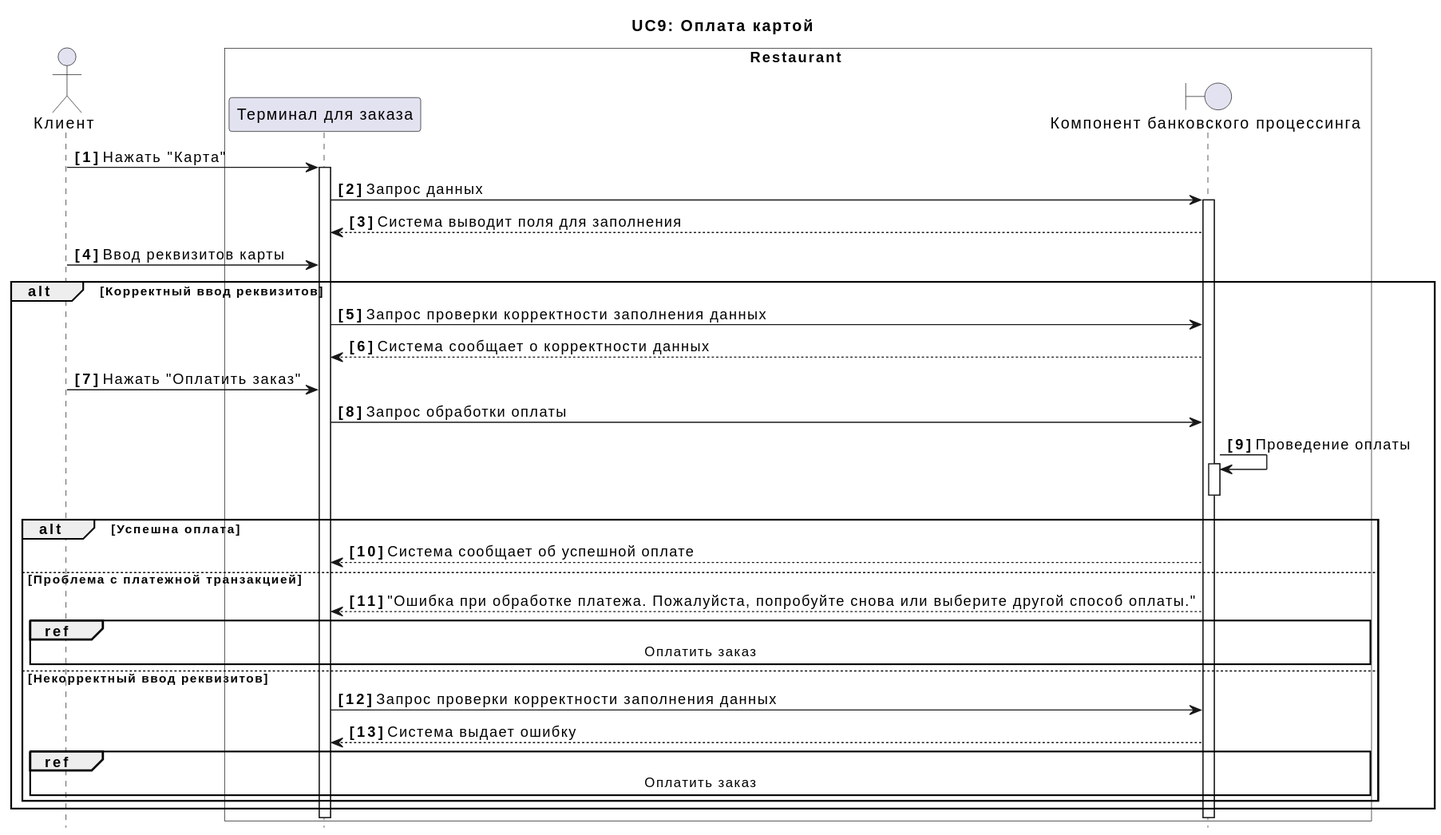
Above: docs/diagrams/include/UC9.svg in xxx996/OTUS_Restaraunt (PlantUML), before the change.
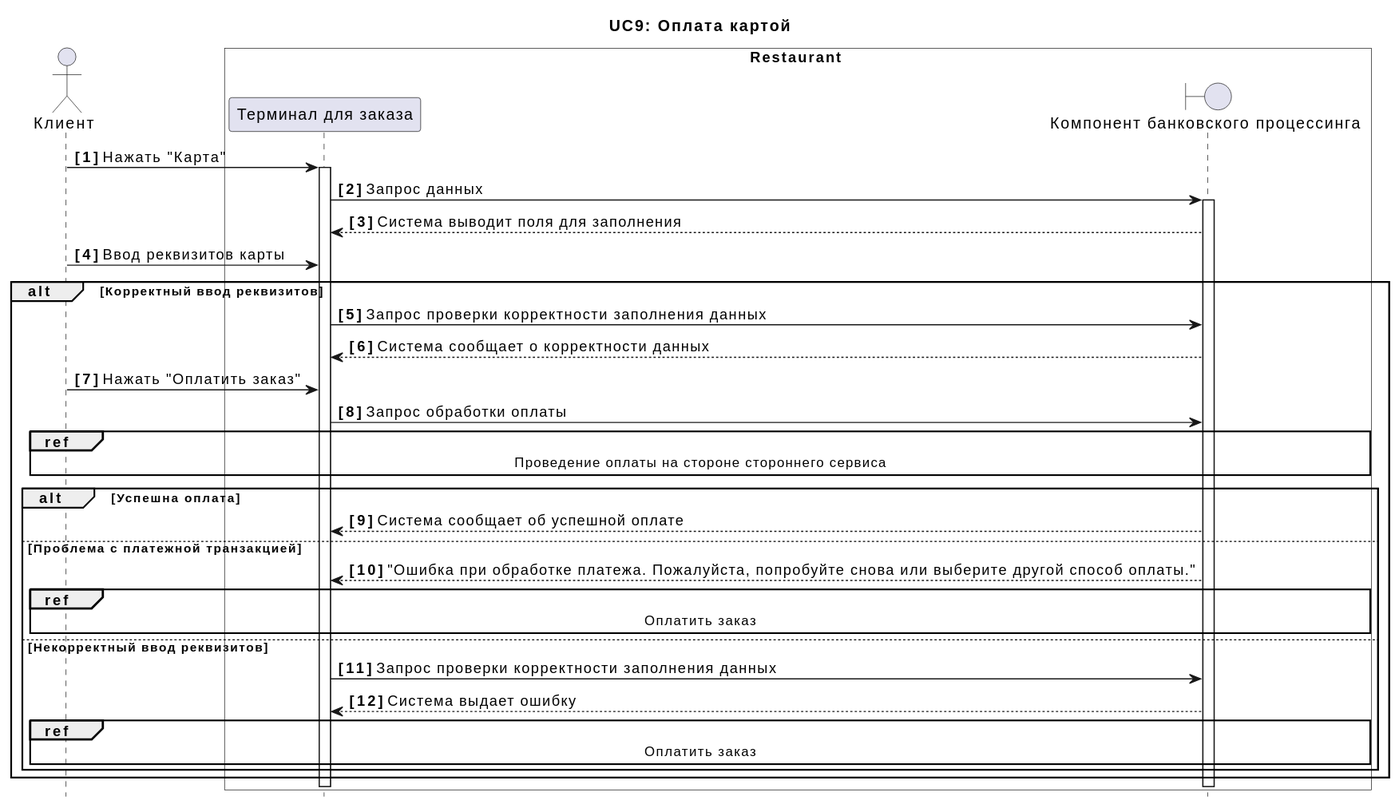
After the commit.

What changed in the source:
```diff
@@ -21,8 +21,9 @@
 B --> A:  Система сообщает о корректности данных
 C -> A:  Нажать "Оплатить заказ"
 A -> B:  Запрос обработки оплаты
-B -> B++:  Проведение оплаты
-B--
+
+ref over C, B:  Проведение оплаты на стороне стороннего сервиса
+
 alt Успешна оплата
 B --> A:  Система сообщает об успешной оплате
 
```
